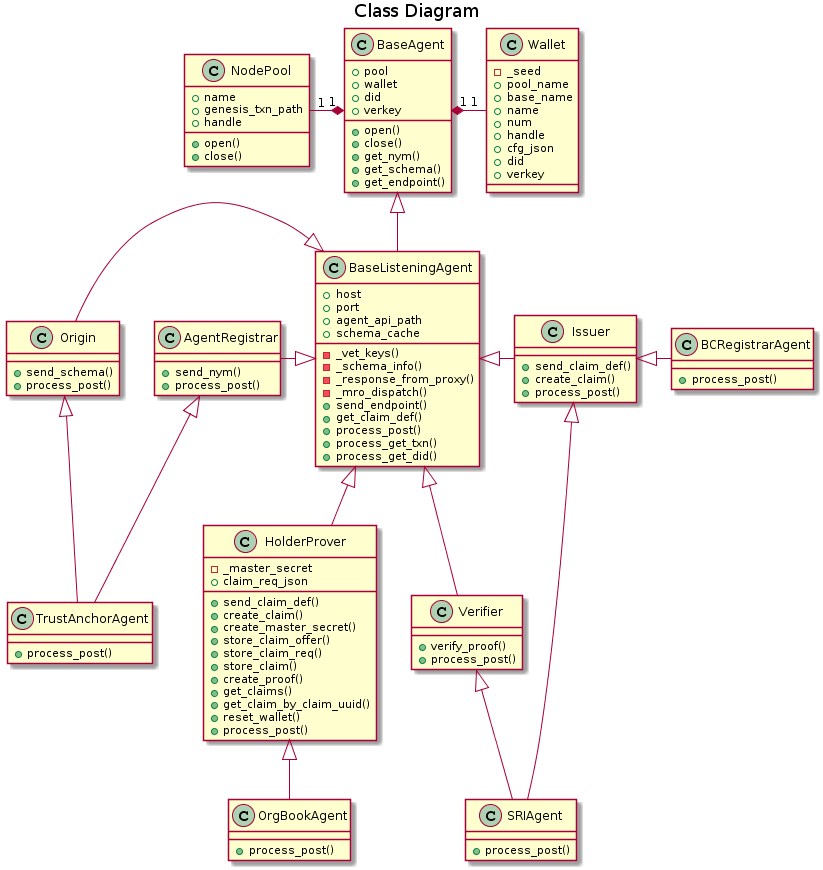
The PlantUML diagram doc/pic/class.png in PSPC-SPAC-buyandsell/von_base, before a commit.
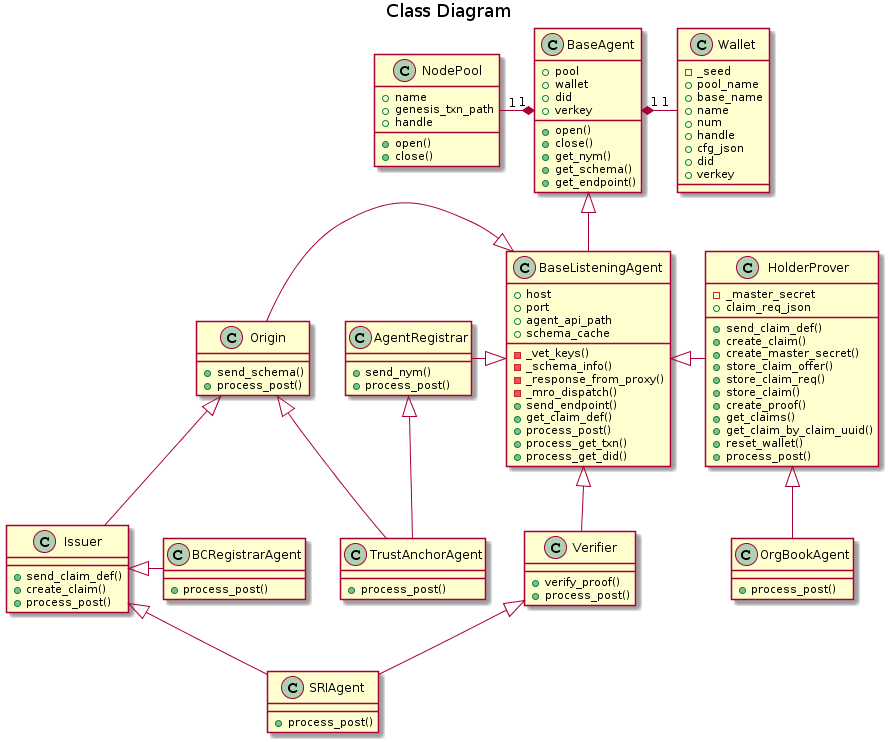
After the change.

Change to the diagram source:
```diff
@@ -109,12 +109,12 @@
 BaseAgent <|-down- BaseListeningAgent
 BaseListeningAgent <|-left- AgentRegistrar
 BaseListeningAgent <|-left- Origin
-BaseListeningAgent <|-right- Issuer
-BaseListeningAgent <|-down- HolderProver
-BaseListeningAgent <|-down- Verifier
+BaseListeningAgent <|-right- HolderProver
+BaseListeningAgent <|-right- Verifier
 
 AgentRegistrar <|-down- TrustAnchorAgent
 Origin <|-down- TrustAnchorAgent
+Origin <|-down- Issuer
 
 Issuer <|-down- SRIAgent
 Verifier <|-down- SRIAgent
```
